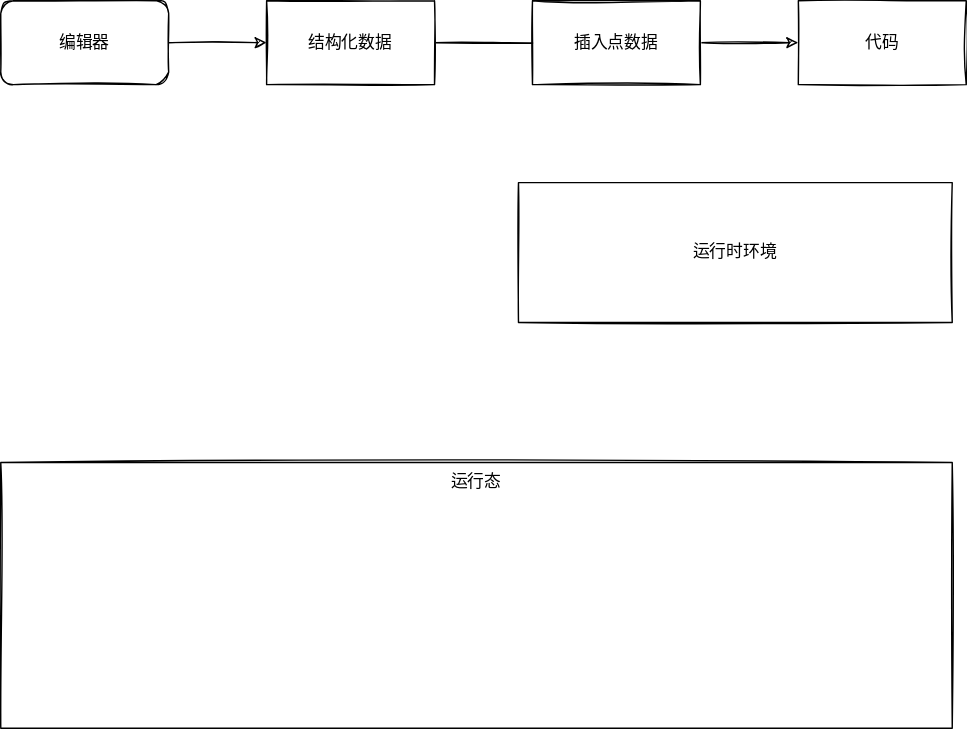
The draw.io diagram docs/06_architecture/drawio/LowCode.svg in mnzhouguo/zgdoc_management2, before a commit. Source tidied: cells renumbered, new cells last; positions are measured from the earlier drawing's top-left corner, leaving out a move shared by most shapes.
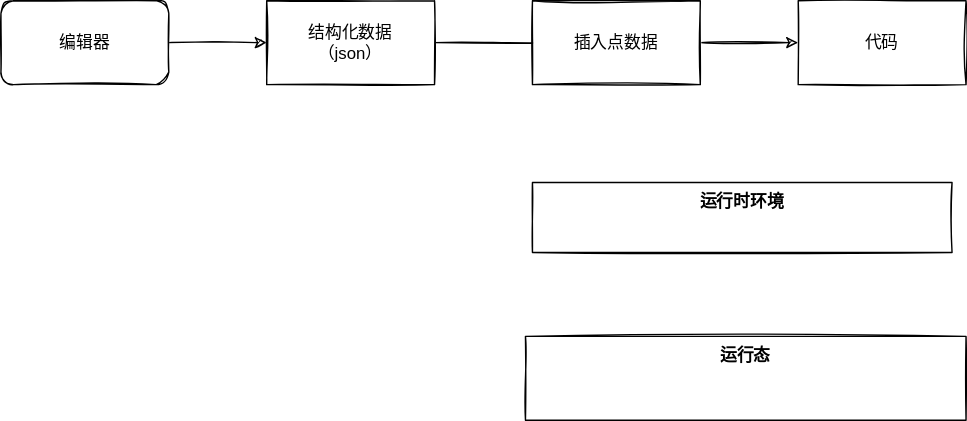
The same diagram one commit later.

Change to the diagram source:
```diff
@@ -7,7 +7,7 @@
         <mxPoint x="430" y="30" as="targetPoint" />
       </mxGeometry>
     </mxCell>
-    <mxCell id="3" value="结构化数据" style="rounded=0;whiteSpace=wrap;html=1;sketch=1;" parent="1" vertex="1">
+    <mxCell id="3" value="结构化数据&lt;br&gt;（json）" style="rounded=0;whiteSpace=wrap;html=1;sketch=1;" parent="1" vertex="1">
       <mxGeometry x="190" width="120" height="60" as="geometry" />
     </mxCell>
     <mxCell id="4" style="edgeStyle=orthogonalEdgeStyle;rounded=0;sketch=1;jettySize=auto;html=1;" parent="1" edge="1" source="5" target="8">
@@ -25,11 +25,11 @@
     <mxCell id="8" value="代码" style="whiteSpace=wrap;html=1;rounded=0;sketch=1;" parent="1" vertex="1">
       <mxGeometry x="570" width="120" height="60" as="geometry" />
     </mxCell>
-    <mxCell id="9" value="运行时环境" style="rounded=0;whiteSpace=wrap;html=1;sketch=1;" parent="1" vertex="1">
-      <mxGeometry x="370" y="130" width="310" height="100" as="geometry" />
+    <mxCell id="9" value="运行时环境" style="rounded=0;whiteSpace=wrap;html=1;sketch=1;fontStyle=1;verticalAlign=top;" parent="1" vertex="1">
+      <mxGeometry x="380" y="130" width="300" height="50" as="geometry" />
     </mxCell>
-    <mxCell id="10" value="运行态" style="rounded=0;whiteSpace=wrap;html=1;sketch=1;verticalAlign=top;" parent="1" vertex="1">
-      <mxGeometry y="330" width="680" height="190" as="geometry" />
+    <mxCell id="10" value="运行态" style="rounded=0;whiteSpace=wrap;html=1;sketch=1;verticalAlign=top;fontStyle=1;" parent="1" vertex="1">
+      <mxGeometry x="375" y="240" width="315" height="60" as="geometry" />
     </mxCell>
   </root>
 </mxGraphModel>
```
